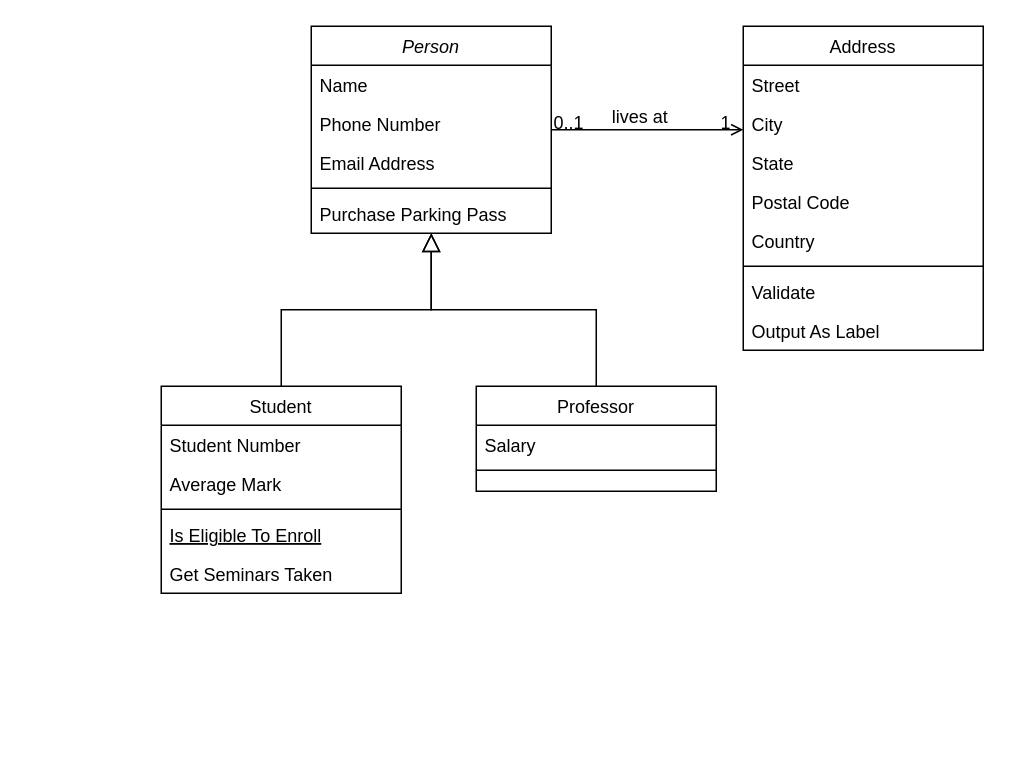
AnochiwaAlfred/AnochiwaAlfred keeps this draw.io diagram as Pharmacy Management System.drawio. Above is the earlier version. Source tidied: cells renumbered, new cells numbered last; positions are measured from the earlier drawing's top-left corner, leaving out a move shared by most shapes. Both pictures are drawn from the tidied source at 150%, with x=0, y=0 at pixel (160, 26).
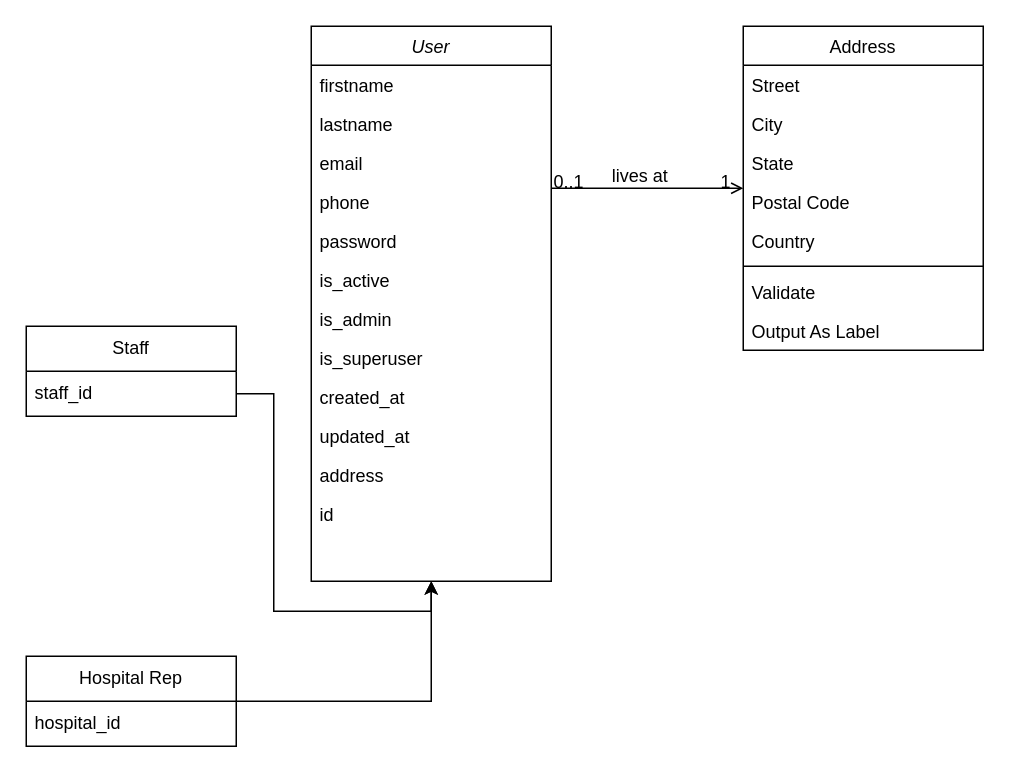
After the change.

Diff of the diagram source:
```diff
@@
-    <mxCell id="2" value="Person" style="swimlane;fontStyle=2;align=center;verticalAlign=top;horizontal=1;startSize=26;rounded=0;shadow=0;strokeWidth=1;" parent="1" vertex="1">
-      <mxGeometry x="100" width="160" height="138" as="geometry" />
+    <mxCell id="2" value="User" style="swimlane;fontStyle=2;align=center;verticalAlign=top;horizontal=1;startSize=26;rounded=0;shadow=0;strokeWidth=1;" parent="1" vertex="1">
+      <mxGeometry x="100" width="160" height="370" as="geometry" />
     </mxCell>
-    <mxCell id="3" value="Name" style="text;align=left;verticalAlign=top;spacingLeft=4;spacingRight=4;overflow=hidden;" parent="2" vertex="1">
+    <mxCell id="3" value="firstname" style="text;align=left;verticalAlign=top;spacingLeft=4;spacingRight=4;overflow=hidden;" parent="2" vertex="1">
       <mxGeometry y="26" width="160" height="26" as="geometry" />
     </mxCell>
-    <mxCell id="4" value="Phone Number" style="text;align=left;verticalAlign=top;spacingLeft=4;spacingRight=4;overflow=hidden;rounded=0;shadow=0;html=0;" parent="2" vertex="1">
+    <mxCell id="4" value="lastname" style="text;align=left;verticalAlign=top;spacingLeft=4;spacingRight=4;overflow=hidden;rounded=0;shadow=0;html=0;" parent="2" vertex="1">
       <mxGeometry y="52" width="160" height="26" as="geometry" />
     </mxCell>
-    <mxCell id="5" value="Email Address" style="text;align=left;verticalAlign=top;spacingLeft=4;spacingRight=4;overflow=hidden;rounded=0;shadow=0;html=0;" parent="2" vertex="1">
+    <mxCell id="5" value="email" style="text;align=left;verticalAlign=top;spacingLeft=4;spacingRight=4;overflow=hidden;rounded=0;shadow=0;html=0;" parent="2" vertex="1">
       <mxGeometry y="78" width="160" height="26" as="geometry" />
     </mxCell>
-    <mxCell id="6" style="line;html=1;strokeWidth=1;align=left;verticalAlign=middle;spacingTop=-1;spacingLeft=3;spacingRight=3;labelPosition=right;" parent="2" vertex="1">
-      <mxGeometry y="104" width="160" height="8" as="geometry" />
-    </mxCell>
-    <mxCell id="7" value="Purchase Parking Pass" style="text;align=left;verticalAlign=top;spacingLeft=4;spacingRight=4;overflow=hidden;" parent="2" vertex="1">
-      <mxGeometry y="112" width="160" height="26" as="geometry" />
-    </mxCell>
-    <mxCell id="8" value="Student" style="swimlane;fontStyle=0;align=center;verticalAlign=top;horizontal=1;startSize=26;rounded=0;shadow=0;strokeWidth=1;" parent="1" vertex="1">
-      <mxGeometry y="240" width="160" height="138" as="geometry" />
-    </mxCell>
-    <mxCell id="9" value="Student Number" style="text;align=left;verticalAlign=top;spacingLeft=4;spacingRight=4;overflow=hidden;" parent="8" vertex="1">
-      <mxGeometry y="26" width="160" height="26" as="geometry" />
-    </mxCell>
-    <mxCell id="10" value="Average Mark" style="text;align=left;verticalAlign=top;spacingLeft=4;spacingRight=4;overflow=hidden;rounded=0;shadow=0;html=0;" parent="8" vertex="1">
-      <mxGeometry y="52" width="160" height="26" as="geometry" />
-    </mxCell>
-    <mxCell id="11" style="line;html=1;strokeWidth=1;align=left;verticalAlign=middle;spacingTop=-1;spacingLeft=3;spacingRight=3;labelPosition=right;" parent="8" vertex="1">
-      <mxGeometry y="78" width="160" height="8" as="geometry" />
-    </mxCell>
-    <mxCell id="12" value="Is Eligible To Enroll" style="text;align=left;verticalAlign=top;spacingLeft=4;spacingRight=4;overflow=hidden;fontStyle=4;" parent="8" vertex="1">
-      <mxGeometry y="86" width="160" height="26" as="geometry" />
-    </mxCell>
-    <mxCell id="13" value="Get Seminars Taken" style="text;align=left;verticalAlign=top;spacingLeft=4;spacingRight=4;overflow=hidden;" parent="8" vertex="1">
-      <mxGeometry y="112" width="160" height="26" as="geometry" />
-    </mxCell>
-    <mxCell id="14" style="endArrow=block;endSize=10;endFill=0;shadow=0;strokeWidth=1;rounded=0;curved=0;edgeStyle=elbowEdgeStyle;elbow=vertical;" parent="1" edge="1" source="8" target="2">
-      <mxGeometry relative="1" as="geometry" />
-    </mxCell>
-    <mxCell id="15" value="Professor" style="swimlane;fontStyle=0;align=center;verticalAlign=top;horizontal=1;startSize=26;rounded=0;shadow=0;strokeWidth=1;" parent="1" vertex="1">
-      <mxGeometry x="210" y="240" width="160" height="70" as="geometry" />
-    </mxCell>
-    <mxCell id="16" value="Salary" style="text;align=left;verticalAlign=top;spacingLeft=4;spacingRight=4;overflow=hidden;" parent="15" vertex="1">
-      <mxGeometry y="26" width="160" height="26" as="geometry" />
-    </mxCell>
-    <mxCell id="17" style="line;html=1;strokeWidth=1;align=left;verticalAlign=middle;spacingTop=-1;spacingLeft=3;spacingRight=3;labelPosition=right;" parent="15" vertex="1">
-      <mxGeometry y="52" width="160" height="8" as="geometry" />
-    </mxCell>
-    <mxCell id="18" style="endArrow=block;endSize=10;endFill=0;shadow=0;strokeWidth=1;rounded=0;curved=0;edgeStyle=elbowEdgeStyle;elbow=vertical;" parent="1" edge="1" source="15" target="2">
-      <mxGeometry relative="1" as="geometry" />
-    </mxCell>
+    <mxCell id="32" value="phone" style="text;align=left;verticalAlign=top;spacingLeft=4;spacingRight=4;overflow=hidden;rounded=0;shadow=0;html=0;" parent="2" vertex="1">
+      <mxGeometry y="104" width="160" height="26" as="geometry" />
+    </mxCell>
+    <mxCell id="33" value="password" style="text;align=left;verticalAlign=top;spacingLeft=4;spacingRight=4;overflow=hidden;rounded=0;shadow=0;html=0;" parent="2" vertex="1">
+      <mxGeometry y="130" width="160" height="26" as="geometry" />
+    </mxCell>
+    <mxCell id="34" value="is_active" style="text;align=left;verticalAlign=top;spacingLeft=4;spacingRight=4;overflow=hidden;rounded=0;shadow=0;html=0;" parent="2" vertex="1">
+      <mxGeometry y="156" width="160" height="26" as="geometry" />
+    </mxCell>
+    <mxCell id="35" value="is_admin" style="text;align=left;verticalAlign=top;spacingLeft=4;spacingRight=4;overflow=hidden;rounded=0;shadow=0;html=0;" parent="2" vertex="1">
+      <mxGeometry y="182" width="160" height="26" as="geometry" />
+    </mxCell>
+    <mxCell id="36" value="is_superuser" style="text;align=left;verticalAlign=top;spacingLeft=4;spacingRight=4;overflow=hidden;rounded=0;shadow=0;html=0;" parent="2" vertex="1">
+      <mxGeometry y="208" width="160" height="26" as="geometry" />
+    </mxCell>
+    <mxCell id="37" value="created_at" style="text;align=left;verticalAlign=top;spacingLeft=4;spacingRight=4;overflow=hidden;rounded=0;shadow=0;html=0;" parent="2" vertex="1">
+      <mxGeometry y="234" width="160" height="26" as="geometry" />
+    </mxCell>
+    <mxCell id="38" value="updated_at" style="text;align=left;verticalAlign=top;spacingLeft=4;spacingRight=4;overflow=hidden;rounded=0;shadow=0;html=0;" parent="2" vertex="1">
+      <mxGeometry y="260" width="160" height="26" as="geometry" />
+    </mxCell>
+    <mxCell id="39" value="address" style="text;align=left;verticalAlign=top;spacingLeft=4;spacingRight=4;overflow=hidden;rounded=0;shadow=0;html=0;" parent="2" vertex="1">
+      <mxGeometry y="286" width="160" height="26" as="geometry" />
+    </mxCell>
+    <mxCell id="40" value="id" style="text;align=left;verticalAlign=top;spacingLeft=4;spacingRight=4;overflow=hidden;rounded=0;shadow=0;html=0;" parent="2" vertex="1">
+      <mxGeometry y="312" width="160" height="26" as="geometry" />
+    </mxCell>
@@
+    <mxCell id="41" style="edgeStyle=orthogonalEdgeStyle;rounded=0;jettySize=auto;html=1;entryX=0.5;entryY=1;entryDx=0;entryDy=0;" parent="1" edge="1" source="42" target="2">
+      <mxGeometry relative="1" as="geometry" />
+    </mxCell>
+    <mxCell id="42" value="Hospital Rep" style="swimlane;fontStyle=0;horizontal=1;startSize=30;whiteSpace=wrap;html=1;" parent="1" vertex="1">
+      <mxGeometry x="-90" y="420" width="140" height="60" as="geometry" />
+    </mxCell>
+    <mxCell id="43" value="hospital_id" style="text;strokeColor=none;fillColor=none;align=left;verticalAlign=middle;spacingLeft=4;spacingRight=4;overflow=hidden;whiteSpace=wrap;html=1;" parent="42" vertex="1">
+      <mxGeometry y="30" width="140" height="30" as="geometry" />
+    </mxCell>
+    <mxCell id="44" value="Staff" style="swimlane;fontStyle=0;horizontal=1;startSize=30;whiteSpace=wrap;html=1;" parent="1" vertex="1">
+      <mxGeometry x="-90" y="200" width="140" height="60" as="geometry" />
+    </mxCell>
+    <mxCell id="45" value="staff_id" style="text;strokeColor=none;fillColor=none;align=left;verticalAlign=middle;spacingLeft=4;spacingRight=4;overflow=hidden;points=[[0,0.5],[1,0.5]];portConstraint=eastwest;whiteSpace=wrap;html=1;" parent="44" vertex="1">
+      <mxGeometry y="30" width="140" height="30" as="geometry" />
+    </mxCell>
+    <mxCell id="46" style="edgeStyle=orthogonalEdgeStyle;rounded=0;jettySize=auto;html=1;entryX=0.5;entryY=1;entryDx=0;entryDy=0;" parent="1" edge="1" source="45" target="2">
+      <mxGeometry relative="1" as="geometry" />
+    </mxCell>
```
